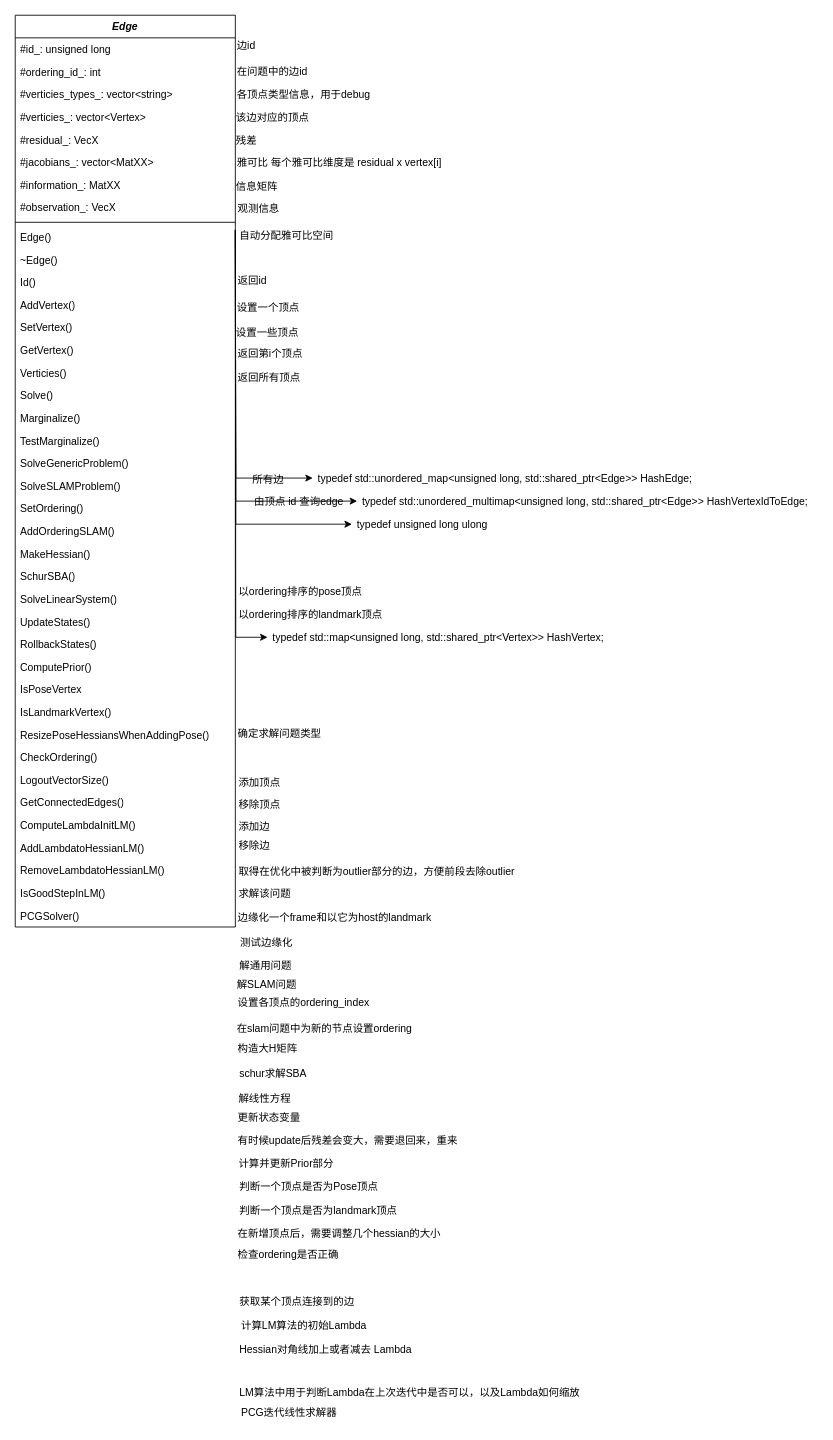
liu-moon/img keeps this draw.io diagram as edge.drawio. Above is the earlier version. Source tidied: cells renumbered, new cells numbered last; positions are measured from the earlier drawing's top-left corner, leaving out a move shared by most shapes. Both pictures are drawn from the tidied source at 87%, with x=0, y=0 at pixel (15, 15).
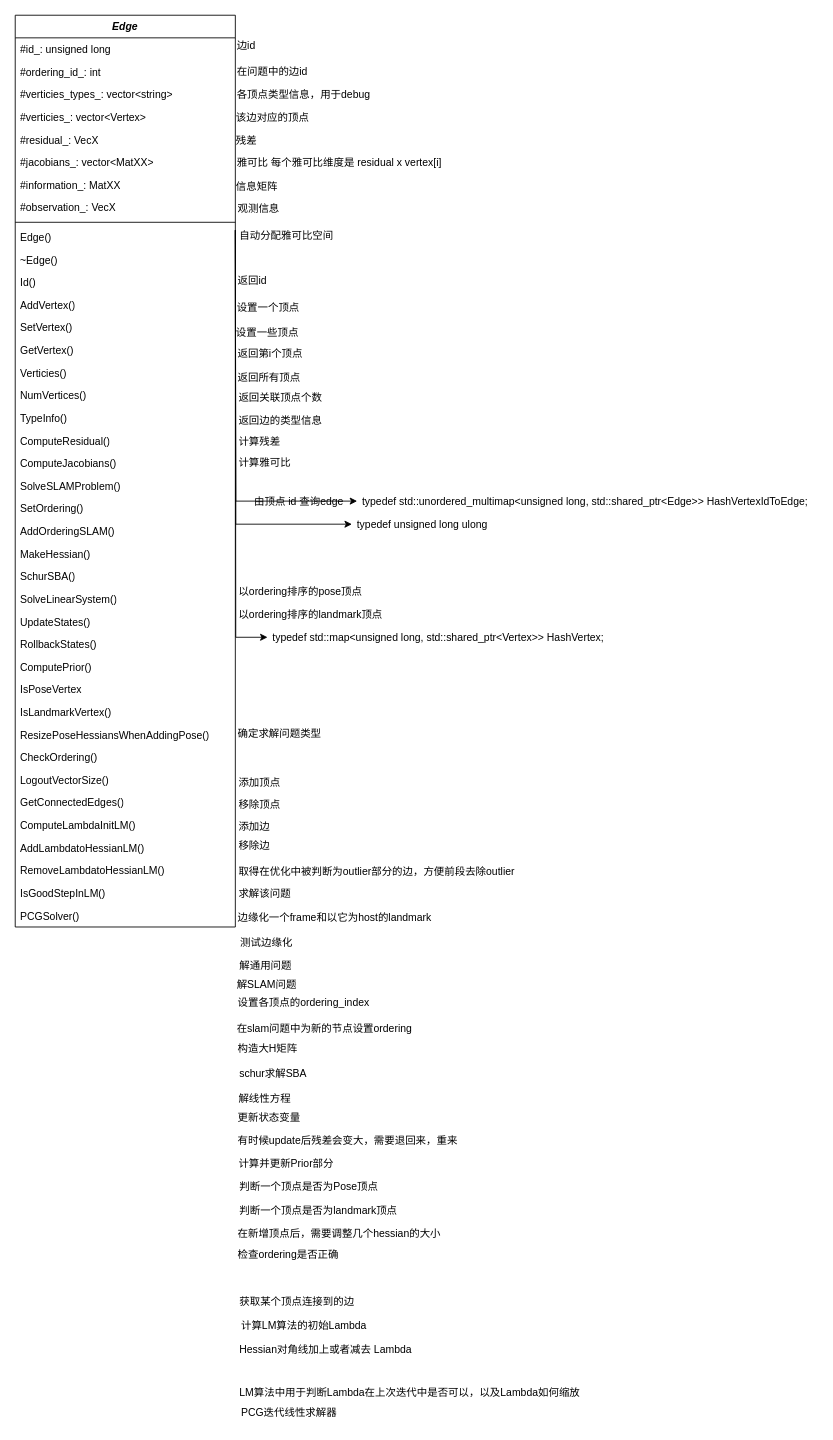
After the change.

The change refers to these unchanged cells:
```xml
<mxCell id="2" value="&lt;i&gt;Edge&lt;/i&gt;" style="swimlane;fontStyle=1;align=center;verticalAlign=top;horizontal=1;startSize=26;whiteSpace=wrap;html=1;" parent="1" vertex="1">
  <mxGeometry width="253" height="1048" as="geometry" />
</mxCell>
```

Change to the diagram source:
```diff
@@
-    <mxCell id="19" value="Solve()" style="text;strokeColor=none;fillColor=none;align=left;verticalAlign=top;spacingLeft=4;spacingRight=4;overflow=hidden;whiteSpace=wrap;html=1;" parent="2" vertex="1">
+    <mxCell id="19" value="NumVertices()" style="text;strokeColor=none;fillColor=none;align=left;verticalAlign=top;spacingLeft=4;spacingRight=4;overflow=hidden;whiteSpace=wrap;html=1;" parent="2" vertex="1">
       <mxGeometry y="424" width="253" height="26" as="geometry" />
     </mxCell>
-    <mxCell id="20" value="Marginalize()" style="text;strokeColor=none;fillColor=none;align=left;verticalAlign=top;spacingLeft=4;spacingRight=4;overflow=hidden;whiteSpace=wrap;html=1;" parent="2" vertex="1">
+    <mxCell id="20" value="TypeInfo()" style="text;strokeColor=none;fillColor=none;align=left;verticalAlign=top;spacingLeft=4;spacingRight=4;overflow=hidden;whiteSpace=wrap;html=1;" parent="2" vertex="1">
       <mxGeometry y="450" width="253" height="26" as="geometry" />
     </mxCell>
-    <mxCell id="21" value="TestMarginalize()" style="text;strokeColor=none;fillColor=none;align=left;verticalAlign=top;spacingLeft=4;spacingRight=4;overflow=hidden;whiteSpace=wrap;html=1;" parent="2" vertex="1">
+    <mxCell id="21" value="ComputeResidual()" style="text;strokeColor=none;fillColor=none;align=left;verticalAlign=top;spacingLeft=4;spacingRight=4;overflow=hidden;whiteSpace=wrap;html=1;" parent="2" vertex="1">
       <mxGeometry y="476" width="253" height="26" as="geometry" />
     </mxCell>
-    <mxCell id="22" value="SolveGenericProblem()" style="text;strokeColor=none;fillColor=none;align=left;verticalAlign=top;spacingLeft=4;spacingRight=4;overflow=hidden;whiteSpace=wrap;html=1;" parent="2" vertex="1">
+    <mxCell id="22" value="ComputeJacobians()" style="text;strokeColor=none;fillColor=none;align=left;verticalAlign=top;spacingLeft=4;spacingRight=4;overflow=hidden;whiteSpace=wrap;html=1;" parent="2" vertex="1">
       <mxGeometry y="502" width="253" height="26" as="geometry" />
     </mxCell>
@@
-    <mxCell id="50" value="所有边" style="text;html=1;align=left;verticalAlign=middle;strokeColor=none;fillColor=none;" parent="1" vertex="1">
-      <mxGeometry x="271" y="520" width="55" height="27" as="geometry" />
-    </mxCell>
@@
-    <mxCell id="58" value="typedef std::unordered_map&amp;lt;unsigned long, std::shared_ptr&amp;lt;Edge&amp;gt;&amp;gt; HashEdge;" style="text;strokeColor=none;fillColor=none;align=left;verticalAlign=top;spacingLeft=4;spacingRight=4;overflow=hidden;points=[[0,0.5],[1,0.5]];portConstraint=eastwest;whiteSpace=wrap;html=1;" parent="1" vertex="1">
-      <mxGeometry x="342" y="519" width="448" height="26" as="geometry" />
-    </mxCell>
-    <mxCell id="59" style="edgeStyle=orthogonalEdgeStyle;rounded=0;jettySize=auto;html=1;" parent="1" edge="1" target="58">
-      <mxGeometry relative="1" as="geometry">
-        <mxPoint x="253" y="247" as="sourcePoint" />
-      </mxGeometry>
-    </mxCell>
@@
+    <mxCell id="97" value="返回关联顶点个数" style="text;html=1;align=left;verticalAlign=middle;strokeColor=none;fillColor=none;" parent="1" vertex="1">
+      <mxGeometry x="255" y="426" width="115" height="27" as="geometry" />
+    </mxCell>
+    <mxCell id="98" value="返回边的类型信息" style="text;html=1;align=left;verticalAlign=middle;strokeColor=none;fillColor=none;" parent="1" vertex="1">
+      <mxGeometry x="255" y="452" width="115" height="27" as="geometry" />
+    </mxCell>
+    <mxCell id="99" value="计算残差" style="text;html=1;align=left;verticalAlign=middle;strokeColor=none;fillColor=none;" parent="1" vertex="1">
+      <mxGeometry x="255" y="476" width="67" height="27" as="geometry" />
+    </mxCell>
+    <mxCell id="100" value="计算雅可比" style="text;html=1;align=left;verticalAlign=middle;strokeColor=none;fillColor=none;" parent="1" vertex="1">
+      <mxGeometry x="255" y="501" width="79" height="27" as="geometry" />
+    </mxCell>
```
